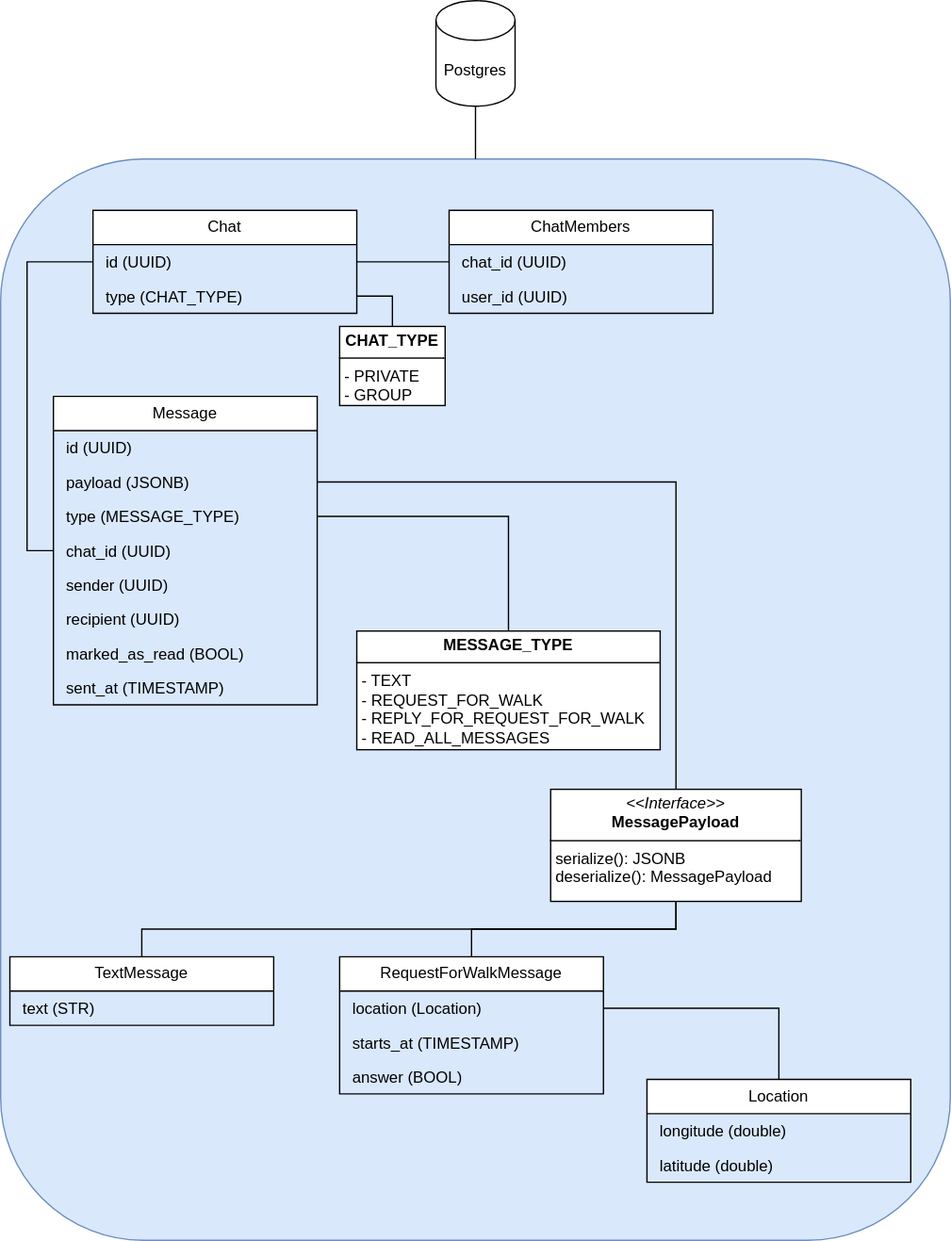
Above: doc/img/domain_model.drawio.svg in ru-random-walk/chat-service (draw.io), before the change. Source tidied: cells renumbered, new cells last; positions are measured from the earlier drawing's top-left corner, leaving out a move shared by most shapes.
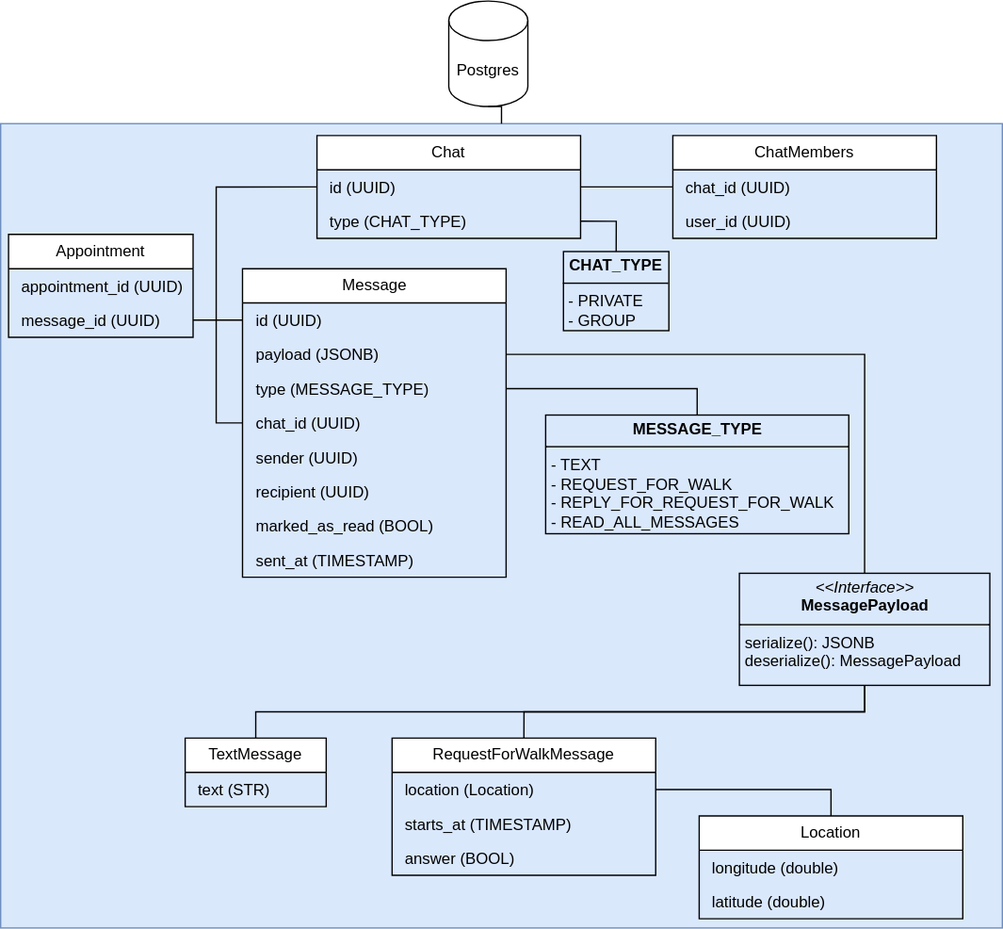
After the commit.

Commit message:
update domain model

What changed in the source:
```diff
@@ -2,11 +2,11 @@
   <root>
     <mxCell id="0" />
     <mxCell id="1" parent="0" />
-    <mxCell id="2" style="rounded=1;whiteSpace=wrap;html=1;fontFamily=Helvetica;fontSize=11;labelBackgroundColor=default;fillColor=#dae8fc;strokeColor=#6c8ebf;" parent="1" vertex="1">
-      <mxGeometry y="120" width="720" height="820" as="geometry" />
+    <mxCell id="2" style="rounded=0;whiteSpace=wrap;html=1;fontFamily=Helvetica;fontSize=11;labelBackgroundColor=default;fillColor=#dae8fc;strokeColor=#6c8ebf;strokeWidth=1;" parent="1" vertex="1">
+      <mxGeometry x="-40" y="190" width="760" height="610" as="geometry" />
     </mxCell>
     <mxCell id="3" value="Message" style="swimlane;fontStyle=0;horizontal=1;startSize=26;fillColor=#FFFFFF;whiteSpace=wrap;html=1;" parent="1" vertex="1">
-      <mxGeometry x="40" y="300" width="200" height="234" as="geometry" />
+      <mxGeometry x="143.5" y="300" width="200" height="234" as="geometry" />
     </mxCell>
     <mxCell id="4" value="&lt;p style=&quot;margin: 0px 0px 0px 4px;&quot;&gt;id (UUID)&lt;/p&gt;" style="text;strokeColor=none;fillColor=none;align=left;verticalAlign=top;spacingLeft=4;spacingRight=4;overflow=hidden;points=[[0,0.5],[1,0.5]];portConstraint=eastwest;whiteSpace=wrap;html=1;" parent="3" vertex="1">
       <mxGeometry y="26" width="200" height="26" as="geometry" />
@@ -32,8 +32,8 @@
     <mxCell id="11" value="&lt;p style=&quot;margin: 0px 0px 0px 4px;&quot;&gt;sent_at (TIMESTAMP)&lt;/p&gt;" style="text;strokeColor=none;fillColor=none;align=left;verticalAlign=top;spacingLeft=4;spacingRight=4;overflow=hidden;whiteSpace=wrap;html=1;" parent="3" vertex="1">
       <mxGeometry y="208" width="200" height="26" as="geometry" />
     </mxCell>
-    <mxCell id="12" value="&lt;p style=&quot;margin:0px;margin-top:4px;text-align:center;&quot;&gt;&lt;b style=&quot;text-align: left;&quot;&gt;MESSAGE_TYPE&lt;/b&gt;&lt;br&gt;&lt;/p&gt;&lt;hr size=&quot;1&quot; style=&quot;border-style:solid;&quot;&gt;&lt;p style=&quot;margin:0px;margin-left:4px;&quot;&gt;- TEXT&lt;/p&gt;&lt;p style=&quot;margin:0px;margin-left:4px;&quot;&gt;- REQUEST_FOR_WALK&lt;/p&gt;&lt;p style=&quot;margin:0px;margin-left:4px;&quot;&gt;- REPLY_FOR_&lt;span style=&quot;background-color: initial;&quot;&gt;REQUEST_FOR_WALK&lt;br&gt;- READ_ALL_MESSAGES&lt;/span&gt;&lt;/p&gt;" style="verticalAlign=top;align=left;overflow=fill;html=1;whiteSpace=wrap;" parent="1" vertex="1">
-      <mxGeometry x="270" y="478" width="230" height="90" as="geometry" />
+    <mxCell id="12" value="&lt;p style=&quot;margin:0px;margin-top:4px;text-align:center;&quot;&gt;&lt;b style=&quot;text-align: left;&quot;&gt;MESSAGE_TYPE&lt;/b&gt;&lt;br&gt;&lt;/p&gt;&lt;hr size=&quot;1&quot; style=&quot;border-style:solid;&quot;&gt;&lt;p style=&quot;margin:0px;margin-left:4px;&quot;&gt;- TEXT&lt;/p&gt;&lt;p style=&quot;margin:0px;margin-left:4px;&quot;&gt;- REQUEST_FOR_WALK&lt;/p&gt;&lt;p style=&quot;margin:0px;margin-left:4px;&quot;&gt;- REPLY_FOR_&lt;span style=&quot;background-color: initial;&quot;&gt;REQUEST_FOR_WALK&lt;br&gt;- READ_ALL_MESSAGES&lt;/span&gt;&lt;/p&gt;" style="verticalAlign=top;align=left;overflow=fill;html=1;whiteSpace=wrap;fillColor=none;" parent="1" vertex="1">
+      <mxGeometry x="373.5" y="411" width="230" height="90" as="geometry" />
     </mxCell>
     <mxCell id="13" style="edgeStyle=orthogonalEdgeStyle;rounded=0;jettySize=auto;html=1;exitX=1;exitY=0.5;exitDx=0;exitDy=0;endArrow=none;endFill=0;" parent="1" edge="1" source="6" target="12">
       <mxGeometry relative="1" as="geometry" />
@@ -44,20 +44,20 @@
     <mxCell id="15" style="edgeStyle=orthogonalEdgeStyle;shape=connector;rounded=0;jettySize=auto;html=1;exitX=0.5;exitY=1;exitDx=0;exitDy=0;strokeColor=default;align=center;verticalAlign=middle;fontFamily=Helvetica;fontSize=11;fontColor=default;labelBackgroundColor=default;endArrow=none;endFill=0;" parent="1" edge="1" source="16" target="18">
       <mxGeometry relative="1" as="geometry" />
     </mxCell>
-    <mxCell id="16" value="&lt;p style=&quot;margin:0px;margin-top:4px;text-align:center;&quot;&gt;&lt;i&gt;&amp;lt;&amp;lt;Interface&amp;gt;&amp;gt;&lt;/i&gt;&lt;br&gt;&lt;b&gt;MessagePayload&lt;/b&gt;&lt;/p&gt;&lt;hr size=&quot;1&quot; style=&quot;border-style:solid;&quot;&gt;&lt;p style=&quot;margin:0px;margin-left:4px;&quot;&gt;serialize(): JSONB&lt;/p&gt;&lt;p style=&quot;margin:0px;margin-left:4px;&quot;&gt;deserialize(): MessagePayload&lt;/p&gt;" style="verticalAlign=top;align=left;overflow=fill;html=1;whiteSpace=wrap;" parent="1" vertex="1">
-      <mxGeometry x="417" y="598" width="190" height="85" as="geometry" />
+    <mxCell id="16" value="&lt;p style=&quot;margin:0px;margin-top:4px;text-align:center;&quot;&gt;&lt;i&gt;&amp;lt;&amp;lt;Interface&amp;gt;&amp;gt;&lt;/i&gt;&lt;br&gt;&lt;b&gt;MessagePayload&lt;/b&gt;&lt;/p&gt;&lt;hr size=&quot;1&quot; style=&quot;border-style:solid;&quot;&gt;&lt;p style=&quot;margin:0px;margin-left:4px;&quot;&gt;serialize(): JSONB&lt;/p&gt;&lt;p style=&quot;margin:0px;margin-left:4px;&quot;&gt;deserialize(): MessagePayload&lt;/p&gt;" style="verticalAlign=top;align=left;overflow=fill;html=1;whiteSpace=wrap;fillColor=none;" parent="1" vertex="1">
+      <mxGeometry x="520.5" y="531" width="190" height="85" as="geometry" />
     </mxCell>
     <mxCell id="17" style="edgeStyle=orthogonalEdgeStyle;rounded=0;jettySize=auto;html=1;exitX=1;exitY=0.5;exitDx=0;exitDy=0;entryX=0.5;entryY=0;entryDx=0;entryDy=0;endArrow=none;endFill=0;" parent="1" edge="1" source="5" target="16">
       <mxGeometry relative="1" as="geometry" />
     </mxCell>
     <mxCell id="18" value="TextMessage" style="swimlane;fontStyle=0;horizontal=1;startSize=26;fillColor=#FFFFFF;whiteSpace=wrap;html=1;" parent="1" vertex="1">
-      <mxGeometry x="7" y="725" width="200" height="52" as="geometry" />
+      <mxGeometry x="100" y="656" width="107" height="52" as="geometry" />
     </mxCell>
     <mxCell id="19" value="&lt;p style=&quot;margin: 0px 0px 0px 4px;&quot;&gt;text (STR)&lt;/p&gt;" style="text;strokeColor=none;fillColor=none;align=left;verticalAlign=top;spacingLeft=4;spacingRight=4;overflow=hidden;whiteSpace=wrap;html=1;" parent="18" vertex="1">
-      <mxGeometry y="26" width="200" height="26" as="geometry" />
+      <mxGeometry y="26" width="107" height="26" as="geometry" />
     </mxCell>
     <mxCell id="20" value="RequestForWalkMessage" style="swimlane;fontStyle=0;horizontal=1;startSize=26;fillColor=#FFFFFF;whiteSpace=wrap;html=1;" parent="1" vertex="1">
-      <mxGeometry x="257" y="725" width="200" height="104" as="geometry" />
+      <mxGeometry x="257" y="656" width="200" height="104" as="geometry" />
     </mxCell>
     <mxCell id="21" value="&lt;p style=&quot;margin: 0px 0px 0px 4px;&quot;&gt;location (Location)&lt;/p&gt;" style="text;strokeColor=none;fillColor=none;align=left;verticalAlign=top;spacingLeft=4;spacingRight=4;overflow=hidden;points=[[0,0.5],[1,0.5]];portConstraint=eastwest;whiteSpace=wrap;html=1;" parent="20" vertex="1">
       <mxGeometry y="26" width="200" height="26" as="geometry" />
@@ -69,7 +69,7 @@
       <mxGeometry y="78" width="200" height="26" as="geometry" />
     </mxCell>
     <mxCell id="24" value="Location" style="swimlane;fontStyle=0;horizontal=1;startSize=26;fillColor=#FFFFFF;whiteSpace=wrap;html=1;" parent="1" vertex="1">
-      <mxGeometry x="490" y="818" width="200" height="78" as="geometry" />
+      <mxGeometry x="490" y="715" width="200" height="78" as="geometry" />
     </mxCell>
     <mxCell id="25" value="&lt;p style=&quot;margin: 0px 0px 0px 4px;&quot;&gt;longitude (double)&lt;br&gt;&lt;/p&gt;" style="text;strokeColor=none;fillColor=none;align=left;verticalAlign=top;spacingLeft=4;spacingRight=4;overflow=hidden;whiteSpace=wrap;html=1;" parent="24" vertex="1">
       <mxGeometry y="26" width="200" height="26" as="geometry" />
@@ -83,11 +83,11 @@
     <mxCell id="28" style="edgeStyle=orthogonalEdgeStyle;shape=connector;rounded=0;jettySize=auto;html=1;exitX=0.5;exitY=1;exitDx=0;exitDy=0;exitPerimeter=0;entryX=0.5;entryY=0;entryDx=0;entryDy=0;strokeColor=default;align=center;verticalAlign=middle;fontFamily=Helvetica;fontSize=11;fontColor=default;labelBackgroundColor=default;endArrow=none;endFill=0;" parent="1" edge="1" source="29" target="2">
       <mxGeometry relative="1" as="geometry" />
     </mxCell>
-    <mxCell id="29" value="Postgres" style="shape=cylinder3;whiteSpace=wrap;html=1;boundedLbl=1;backgroundOutline=1;size=15;" parent="1" vertex="1">
-      <mxGeometry x="330" width="60" height="80" as="geometry" />
+    <mxCell id="29" value="Postgres" style="shape=cylinder3;whiteSpace=wrap;html=1;boundedLbl=1;backgroundOutline=1;size=15;fillColor=none;" parent="1" vertex="1">
+      <mxGeometry x="300" y="97" width="60" height="80" as="geometry" />
     </mxCell>
     <mxCell id="30" value="Chat" style="swimlane;fontStyle=0;horizontal=1;startSize=26;fillColor=#FFFFFF;whiteSpace=wrap;html=1;" parent="1" vertex="1">
-      <mxGeometry x="70" y="159" width="200" height="78" as="geometry" />
+      <mxGeometry x="200" y="199" width="200" height="78" as="geometry" />
     </mxCell>
     <mxCell id="31" value="&lt;p style=&quot;margin: 0px 0px 0px 4px;&quot;&gt;id (UUID)&lt;/p&gt;" style="text;strokeColor=none;fillColor=none;align=left;verticalAlign=top;spacingLeft=4;spacingRight=4;overflow=hidden;points=[[0,0.5],[1,0.5]];portConstraint=eastwest;whiteSpace=wrap;html=1;" parent="30" vertex="1">
       <mxGeometry y="26" width="200" height="26" as="geometry" />
@@ -95,14 +95,14 @@
     <mxCell id="32" value="&lt;div&gt;&lt;p style=&quot;margin: 0px 0px 0px 4px;&quot;&gt;type (CHAT_TYPE)&lt;/p&gt;&lt;/div&gt;" style="text;strokeColor=none;fillColor=none;align=left;verticalAlign=top;spacingLeft=4;spacingRight=4;overflow=hidden;points=[[0,0.5],[1,0.5]];portConstraint=eastwest;whiteSpace=wrap;html=1;" parent="30" vertex="1">
       <mxGeometry y="52" width="200" height="26" as="geometry" />
     </mxCell>
-    <mxCell id="33" value="&lt;p style=&quot;margin:0px;margin-top:4px;text-align:center;&quot;&gt;&lt;b style=&quot;text-align: left;&quot;&gt;CHAT_TYPE&lt;/b&gt;&lt;br&gt;&lt;/p&gt;&lt;hr size=&quot;1&quot; style=&quot;border-style:solid;&quot;&gt;&lt;p style=&quot;margin:0px;margin-left:4px;&quot;&gt;- PRIVATE&lt;/p&gt;&lt;p style=&quot;margin:0px;margin-left:4px;&quot;&gt;- GROUP&lt;/p&gt;" style="verticalAlign=top;align=left;overflow=fill;html=1;whiteSpace=wrap;" parent="1" vertex="1">
-      <mxGeometry x="257" y="247" width="80" height="60" as="geometry" />
+    <mxCell id="33" value="&lt;p style=&quot;margin:0px;margin-top:4px;text-align:center;&quot;&gt;&lt;b style=&quot;text-align: left;&quot;&gt;CHAT_TYPE&lt;/b&gt;&lt;br&gt;&lt;/p&gt;&lt;hr size=&quot;1&quot; style=&quot;border-style:solid;&quot;&gt;&lt;p style=&quot;margin:0px;margin-left:4px;&quot;&gt;- PRIVATE&lt;/p&gt;&lt;p style=&quot;margin:0px;margin-left:4px;&quot;&gt;- GROUP&lt;/p&gt;" style="verticalAlign=top;align=left;overflow=fill;html=1;whiteSpace=wrap;fillColor=none;" parent="1" vertex="1">
+      <mxGeometry x="387" y="287" width="80" height="60" as="geometry" />
     </mxCell>
     <mxCell id="34" style="edgeStyle=orthogonalEdgeStyle;rounded=0;jettySize=auto;html=1;exitX=1;exitY=0.5;exitDx=0;exitDy=0;entryX=0.5;entryY=0;entryDx=0;entryDy=0;endArrow=none;endFill=0;" parent="1" edge="1" source="32" target="33">
       <mxGeometry relative="1" as="geometry" />
     </mxCell>
     <mxCell id="35" value="ChatMembers" style="swimlane;fontStyle=0;horizontal=1;startSize=26;fillColor=#FFFFFF;whiteSpace=wrap;html=1;" parent="1" vertex="1">
-      <mxGeometry x="340" y="159" width="200" height="78" as="geometry" />
+      <mxGeometry x="470" y="199" width="200" height="78" as="geometry" />
     </mxCell>
     <mxCell id="36" value="&lt;p style=&quot;margin: 0px 0px 0px 4px;&quot;&gt;chat_id (UUID)&lt;/p&gt;" style="text;strokeColor=none;fillColor=none;align=left;verticalAlign=top;spacingLeft=4;spacingRight=4;overflow=hidden;points=[[0,0.5],[1,0.5]];portConstraint=eastwest;whiteSpace=wrap;html=1;" parent="35" vertex="1">
       <mxGeometry y="26" width="200" height="26" as="geometry" />
@@ -116,5 +116,17 @@
     <mxCell id="39" style="edgeStyle=orthogonalEdgeStyle;shape=connector;rounded=0;jettySize=auto;html=1;exitX=0;exitY=0.5;exitDx=0;exitDy=0;entryX=0;entryY=0.5;entryDx=0;entryDy=0;strokeColor=default;align=center;verticalAlign=middle;fontFamily=Helvetica;fontSize=11;fontColor=default;labelBackgroundColor=default;endArrow=none;endFill=0;" parent="1" edge="1" source="7" target="31">
       <mxGeometry relative="1" as="geometry" />
     </mxCell>
+    <mxCell id="40" value="Appointment" style="swimlane;fontStyle=0;horizontal=1;startSize=26;fillColor=#FFFFFF;whiteSpace=wrap;html=1;" parent="1" vertex="1">
+      <mxGeometry x="-34" y="274" width="140" height="78" as="geometry" />
+    </mxCell>
+    <mxCell id="41" value="&lt;p style=&quot;margin: 0px 0px 0px 4px;&quot;&gt;&lt;span style=&quot;text-align: center; background-color: transparent; color: light-dark(rgb(0, 0, 0), rgb(255, 255, 255));&quot;&gt;appointment_&lt;/span&gt;id (UUID)&lt;/p&gt;" style="text;strokeColor=none;fillColor=none;align=left;verticalAlign=top;spacingLeft=4;spacingRight=4;overflow=hidden;whiteSpace=wrap;html=1;" parent="40" vertex="1">
+      <mxGeometry y="26" width="140" height="26" as="geometry" />
+    </mxCell>
+    <mxCell id="42" value="&lt;p style=&quot;margin: 0px 0px 0px 4px;&quot;&gt;message_id (UUID)&lt;br&gt;&lt;/p&gt;" style="text;strokeColor=none;fillColor=none;align=left;verticalAlign=top;spacingLeft=4;spacingRight=4;overflow=hidden;points=[[0,0.5],[1,0.5]];portConstraint=eastwest;whiteSpace=wrap;html=1;" parent="40" vertex="1">
+      <mxGeometry y="52" width="140" height="26" as="geometry" />
+    </mxCell>
+    <mxCell id="43" style="edgeStyle=orthogonalEdgeStyle;rounded=0;jettySize=auto;html=1;exitX=1;exitY=0.5;exitDx=0;exitDy=0;entryX=0;entryY=0.5;entryDx=0;entryDy=0;endArrow=none;startFill=0;" parent="1" edge="1" source="42" target="4">
+      <mxGeometry relative="1" as="geometry" />
+    </mxCell>
   </root>
 </mxGraphModel>
```
